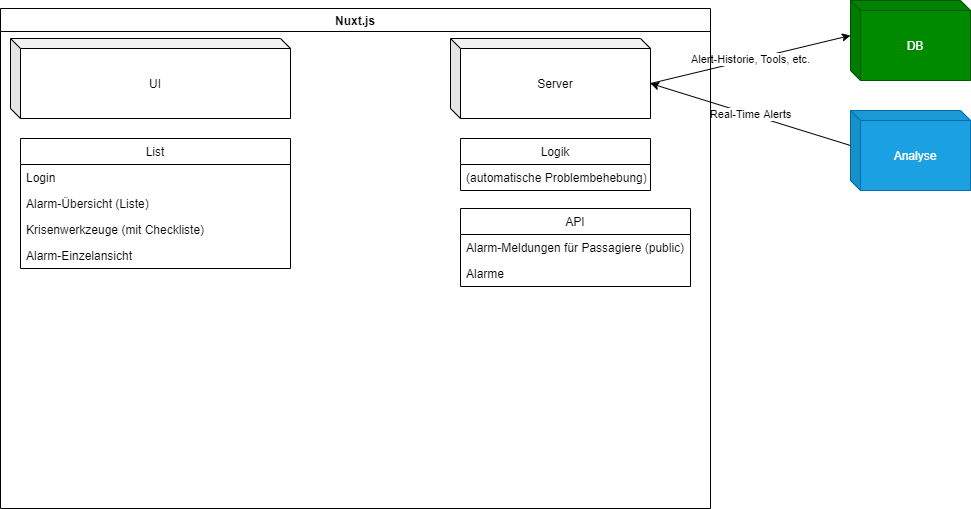
Before: draft/feinentwurf.drawio.png, a diagram exported from draw.io (arne-kapell/sksf-alerting). Source tidied: cells renumbered, new cells last; positions are measured from the earlier drawing's top-left corner, leaving out a move shared by most shapes. Source of this version:
```xml
<mxGraphModel>
  <root>
    <mxCell id="0" />
    <mxCell id="1" parent="0" />
    <mxCell id="2" value="Server" style="shape=cube;whiteSpace=wrap;html=1;boundedLbl=1;backgroundOutline=1;darkOpacity=0.05;darkOpacity2=0.1;size=10;" parent="1" vertex="1">
      <mxGeometry x="450" y="38" width="200" height="80" as="geometry" />
    </mxCell>
    <mxCell id="3" value="UI" style="shape=cube;whiteSpace=wrap;html=1;boundedLbl=1;backgroundOutline=1;darkOpacity=0.05;darkOpacity2=0.1;size=10;" parent="1" vertex="1">
      <mxGeometry x="10" y="38" width="280" height="80" as="geometry" />
    </mxCell>
    <mxCell id="4" value="List" style="swimlane;fontStyle=0;horizontal=1;startSize=26;" parent="1" vertex="1">
      <mxGeometry x="20" y="138" width="270" height="130" as="geometry" />
    </mxCell>
    <mxCell id="5" value="Login" style="text;strokeColor=none;fillColor=none;align=left;verticalAlign=top;spacingLeft=4;spacingRight=4;overflow=hidden;" parent="4" vertex="1">
      <mxGeometry y="26" width="270" height="26" as="geometry" />
    </mxCell>
    <mxCell id="6" value="Alarm-Übersicht (Liste)" style="text;strokeColor=none;fillColor=none;align=left;verticalAlign=top;spacingLeft=4;spacingRight=4;overflow=hidden;" parent="4" vertex="1">
      <mxGeometry y="52" width="270" height="26" as="geometry" />
    </mxCell>
    <mxCell id="7" value="Krisenwerkzeuge (mit Checkliste)" style="text;strokeColor=none;fillColor=none;align=left;verticalAlign=top;spacingLeft=4;spacingRight=4;overflow=hidden;" parent="4" vertex="1">
      <mxGeometry y="78" width="270" height="26" as="geometry" />
    </mxCell>
    <mxCell id="8" value="Alarm-Einzelansicht" style="text;strokeColor=none;fillColor=none;align=left;verticalAlign=top;spacingLeft=4;spacingRight=4;overflow=hidden;" parent="4" vertex="1">
      <mxGeometry y="104" width="270" height="26" as="geometry" />
    </mxCell>
    <mxCell id="9" value="API" style="swimlane;fontStyle=0;horizontal=1;startSize=26;" parent="1" vertex="1">
      <mxGeometry x="460" y="208" width="230" height="78" as="geometry" />
    </mxCell>
    <mxCell id="10" value="Alarm-Meldungen für Passagiere (public)" style="text;strokeColor=none;fillColor=none;align=left;verticalAlign=top;spacingLeft=4;spacingRight=4;overflow=hidden;" parent="9" vertex="1">
      <mxGeometry y="26" width="230" height="26" as="geometry" />
    </mxCell>
    <mxCell id="11" value="Alarme" style="text;strokeColor=none;fillColor=none;align=left;verticalAlign=top;spacingLeft=4;spacingRight=4;overflow=hidden;" parent="9" vertex="1">
      <mxGeometry y="52" width="230" height="26" as="geometry" />
    </mxCell>
    <mxCell id="12" value="Logik" style="swimlane;fontStyle=0;horizontal=1;startSize=26;" parent="1" vertex="1">
      <mxGeometry x="460" y="138" width="190" height="52" as="geometry" />
    </mxCell>
    <mxCell id="13" value="(automatische Problembehebung)" style="text;strokeColor=none;fillColor=none;align=left;verticalAlign=top;spacingLeft=4;spacingRight=4;overflow=hidden;" parent="12" vertex="1">
      <mxGeometry y="26" width="190" height="26" as="geometry" />
    </mxCell>
    <mxCell id="14" value="DB" style="shape=cube;whiteSpace=wrap;html=1;boundedLbl=1;backgroundOutline=1;darkOpacity=0.05;darkOpacity2=0.1;size=10;fillColor=#008a00;strokeColor=#005700;fontColor=#ffffff;" parent="1" vertex="1">
      <mxGeometry x="850" width="120" height="80" as="geometry" />
    </mxCell>
    <mxCell id="15" value="Analyse" style="shape=cube;whiteSpace=wrap;html=1;boundedLbl=1;backgroundOutline=1;darkOpacity=0.05;darkOpacity2=0.1;size=10;fillColor=#1ba1e2;strokeColor=#006EAF;fontColor=#ffffff;" parent="1" vertex="1">
      <mxGeometry x="850" y="110" width="120" height="80" as="geometry" />
    </mxCell>
    <mxCell id="16" value="Real-Time Alerts" style="endArrow=classic;html=1;exitX=0;exitY=0;exitDx=0;exitDy=35;exitPerimeter=0;entryX=0;entryY=0;entryDx=200;entryDy=45;entryPerimeter=0;" parent="1" edge="1" source="15" target="2">
      <mxGeometry relative="1" as="geometry" />
    </mxCell>
    <mxCell id="17" value="Alert-Historie, Tools, etc." style="endArrow=classic;html=1;exitX=0;exitY=0;exitDx=200;exitDy=45;exitPerimeter=0;entryX=0;entryY=0;entryDx=0;entryDy=35;entryPerimeter=0;" parent="1" edge="1" source="2" target="14">
      <mxGeometry relative="1" as="geometry" />
    </mxCell>
    <mxCell id="18" value="Nuxt.js" style="swimlane;" parent="1" vertex="1">
      <mxGeometry y="8" width="710" height="500" as="geometry" />
    </mxCell>
  </root>
</mxGraphModel>
```
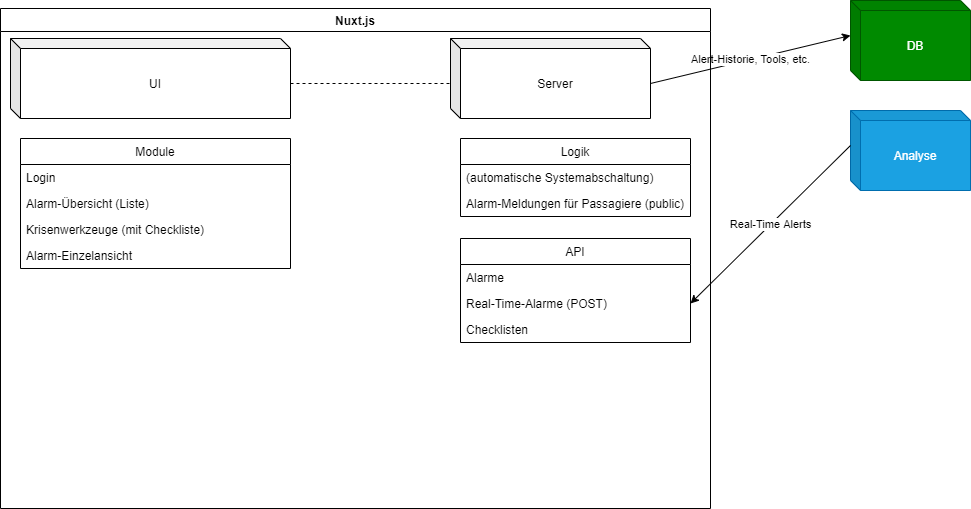
The same file after the commit.

Diff of the diagram source:
```diff
@@ -8,7 +8,7 @@
     <mxCell id="3" value="UI" style="shape=cube;whiteSpace=wrap;html=1;boundedLbl=1;backgroundOutline=1;darkOpacity=0.05;darkOpacity2=0.1;size=10;" parent="1" vertex="1">
       <mxGeometry x="10" y="38" width="280" height="80" as="geometry" />
     </mxCell>
-    <mxCell id="4" value="List" style="swimlane;fontStyle=0;horizontal=1;startSize=26;" parent="1" vertex="1">
+    <mxCell id="4" value="Module" style="swimlane;fontStyle=0;horizontal=1;startSize=26;" parent="1" vertex="1">
       <mxGeometry x="20" y="138" width="270" height="130" as="geometry" />
     </mxCell>
     <mxCell id="5" value="Login" style="text;strokeColor=none;fillColor=none;align=left;verticalAlign=top;spacingLeft=4;spacingRight=4;overflow=hidden;" parent="4" vertex="1">
@@ -24,34 +24,45 @@
       <mxGeometry y="104" width="270" height="26" as="geometry" />
     </mxCell>
     <mxCell id="9" value="API" style="swimlane;fontStyle=0;horizontal=1;startSize=26;" parent="1" vertex="1">
-      <mxGeometry x="460" y="208" width="230" height="78" as="geometry" />
+      <mxGeometry x="460" y="238" width="230" height="104" as="geometry" />
     </mxCell>
-    <mxCell id="10" value="Alarm-Meldungen für Passagiere (public)" style="text;strokeColor=none;fillColor=none;align=left;verticalAlign=top;spacingLeft=4;spacingRight=4;overflow=hidden;" parent="9" vertex="1">
-      <mxGeometry y="26" width="230" height="26" as="geometry" />
-    </mxCell>
     <mxCell id="11" value="Alarme" style="text;strokeColor=none;fillColor=none;align=left;verticalAlign=top;spacingLeft=4;spacingRight=4;overflow=hidden;" parent="9" vertex="1">
-      <mxGeometry y="52" width="230" height="26" as="geometry" />
+      <mxGeometry y="26" width="230" height="26" as="geometry" />
     </mxCell>
+    <mxCell id="19" value="Real-Time-Alarme (POST)" style="text;strokeColor=none;fillColor=none;align=left;verticalAlign=top;spacingLeft=4;spacingRight=4;overflow=hidden;points=[[0,0.5],[1,0.5]];portConstraint=eastwest;" parent="9" vertex="1">
+      <mxGeometry y="52" width="230" height="26" as="geometry" />
+    </mxCell>
+    <mxCell id="20" value="Checklisten" style="text;strokeColor=none;fillColor=none;align=left;verticalAlign=top;spacingLeft=4;spacingRight=4;overflow=hidden;" parent="9" vertex="1">
+      <mxGeometry y="78" width="230" height="26" as="geometry" />
+    </mxCell>
     <mxCell id="12" value="Logik" style="swimlane;fontStyle=0;horizontal=1;startSize=26;" parent="1" vertex="1">
-      <mxGeometry x="460" y="138" width="190" height="52" as="geometry" />
+      <mxGeometry x="460" y="138" width="230" height="78" as="geometry" />
     </mxCell>
-    <mxCell id="13" value="(automatische Problembehebung)" style="text;strokeColor=none;fillColor=none;align=left;verticalAlign=top;spacingLeft=4;spacingRight=4;overflow=hidden;" parent="12" vertex="1">
-      <mxGeometry y="26" width="190" height="26" as="geometry" />
+    <mxCell id="13" value="(automatische Systemabschaltung)" style="text;strokeColor=none;fillColor=none;align=left;verticalAlign=top;spacingLeft=4;spacingRight=4;overflow=hidden;" parent="12" vertex="1">
+      <mxGeometry y="26" width="230" height="26" as="geometry" />
     </mxCell>
+    <mxCell id="10" value="Alarm-Meldungen für Passagiere (public)" style="text;strokeColor=none;fillColor=none;align=left;verticalAlign=top;spacingLeft=4;spacingRight=4;overflow=hidden;" parent="12" vertex="1">
+      <mxGeometry y="52" width="230" height="26" as="geometry" />
+    </mxCell>
     <mxCell id="14" value="DB" style="shape=cube;whiteSpace=wrap;html=1;boundedLbl=1;backgroundOutline=1;darkOpacity=0.05;darkOpacity2=0.1;size=10;fillColor=#008a00;strokeColor=#005700;fontColor=#ffffff;" parent="1" vertex="1">
       <mxGeometry x="850" width="120" height="80" as="geometry" />
     </mxCell>
     <mxCell id="15" value="Analyse" style="shape=cube;whiteSpace=wrap;html=1;boundedLbl=1;backgroundOutline=1;darkOpacity=0.05;darkOpacity2=0.1;size=10;fillColor=#1ba1e2;strokeColor=#006EAF;fontColor=#ffffff;" parent="1" vertex="1">
       <mxGeometry x="850" y="110" width="120" height="80" as="geometry" />
     </mxCell>
-    <mxCell id="16" value="Real-Time Alerts" style="endArrow=classic;html=1;exitX=0;exitY=0;exitDx=0;exitDy=35;exitPerimeter=0;entryX=0;entryY=0;entryDx=200;entryDy=45;entryPerimeter=0;" parent="1" edge="1" source="15" target="2">
+    <mxCell id="16" value="Real-Time Alerts" style="endArrow=classic;html=1;exitX=0;exitY=0;exitDx=0;exitDy=35;exitPerimeter=0;entryX=1;entryY=0.5;entryDx=0;entryDy=0;" parent="1" edge="1" source="15" target="19">
       <mxGeometry relative="1" as="geometry" />
     </mxCell>
-    <mxCell id="17" value="Alert-Historie, Tools, etc." style="endArrow=classic;html=1;exitX=0;exitY=0;exitDx=200;exitDy=45;exitPerimeter=0;entryX=0;entryY=0;entryDx=0;entryDy=35;entryPerimeter=0;" parent="1" edge="1" source="2" target="14">
+    <mxCell id="17" value="Alert-Historie, Tools, etc." style="endArrow=classic;html=1;entryX=0;entryY=0;entryDx=0;entryDy=35;entryPerimeter=0;startArrow=none;startFill=0;exitX=0;exitY=0;exitDx=200;exitDy=45;exitPerimeter=0;" parent="1" edge="1" source="2" target="14">
       <mxGeometry relative="1" as="geometry" />
     </mxCell>
     <mxCell id="18" value="Nuxt.js" style="swimlane;" parent="1" vertex="1">
       <mxGeometry y="8" width="710" height="500" as="geometry" />
     </mxCell>
+    <mxCell id="21" style="endArrow=none;dashed=1;html=1;exitX=0;exitY=0;exitDx=280;exitDy=45;exitPerimeter=0;" parent="1" edge="1" source="3">
+      <mxGeometry relative="1" as="geometry">
+        <mxPoint x="450" y="83" as="targetPoint" />
+      </mxGeometry>
+    </mxCell>
   </root>
 </mxGraphModel>
```
